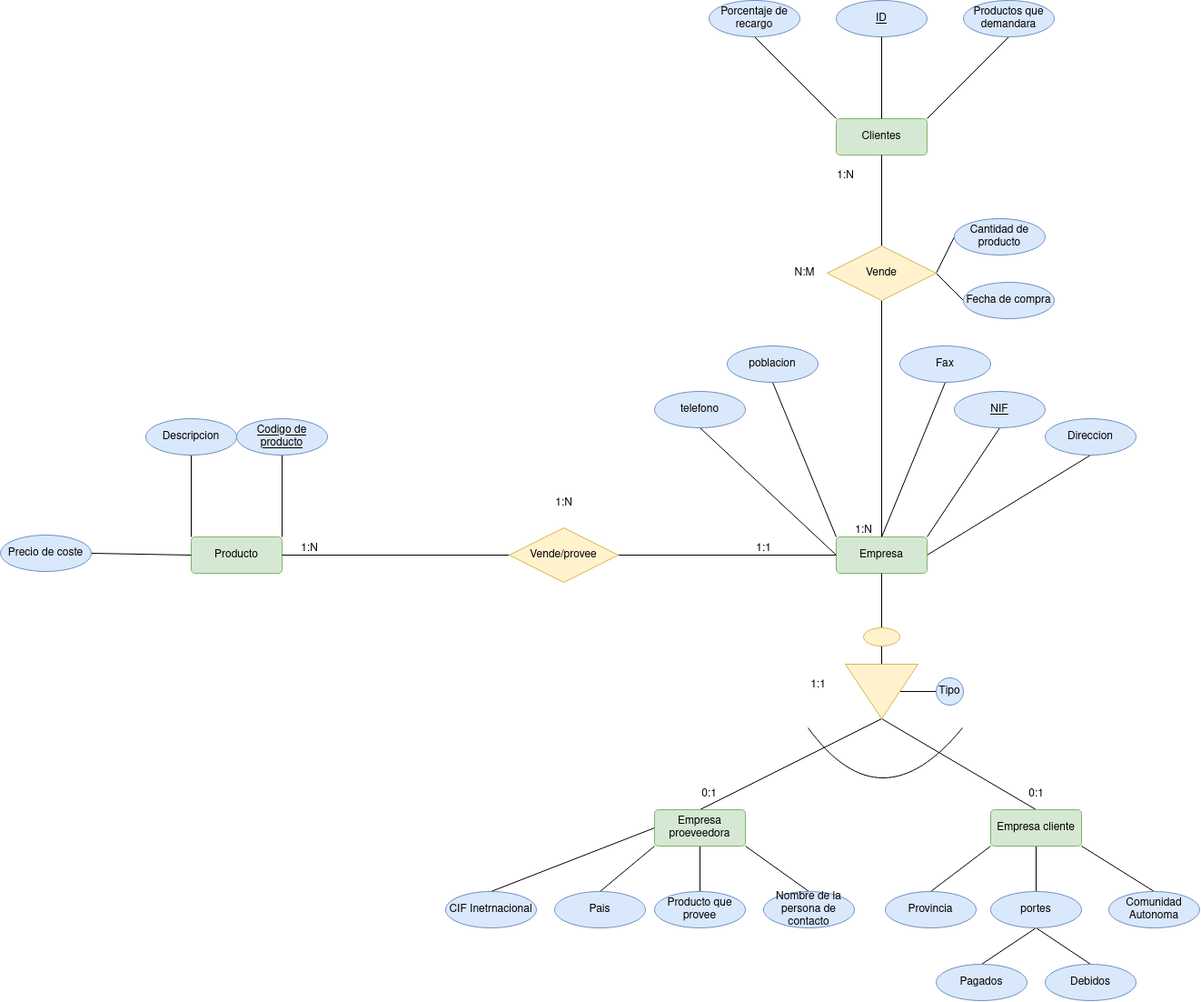
DavidRiccio/base-datos keeps this draw.io diagram as Unidad-1/Tareas/Tarea-evaluable-4/tarea-evaluable-4.drawio.png. Above is the earlier version. Source tidied: cells renumbered, new cells last; positions are measured from the earlier drawing's top-left corner, leaving out a move shared by most shapes.
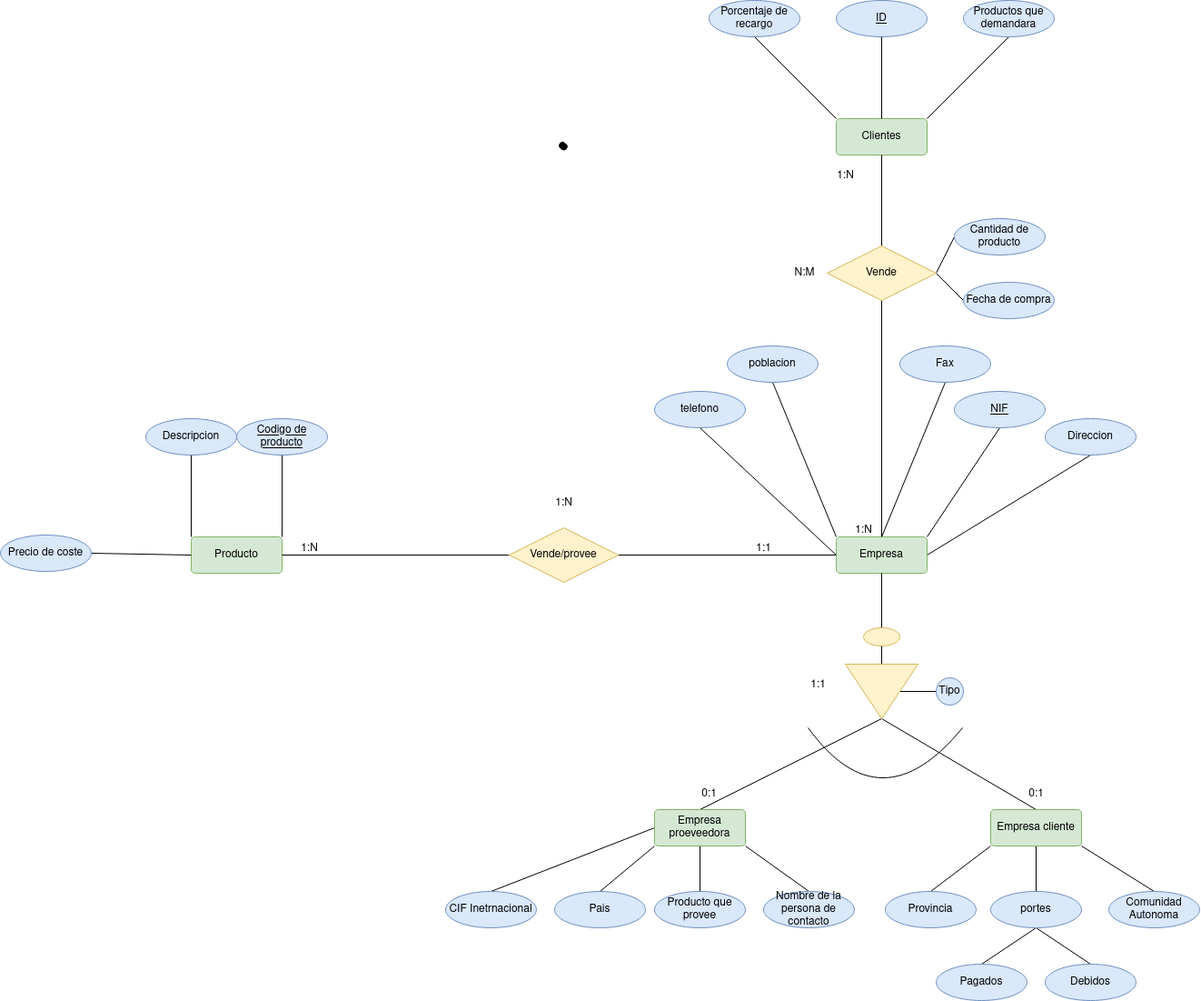
After the commit.

Change to the diagram source:
```diff
@@ -226,5 +226,8 @@
     <mxCell id="73" value="N:M" style="text;html=1;align=center;verticalAlign=middle;strokeColor=none;fillColor=none;" parent="1" vertex="1">
       <mxGeometry x="860" y="285" width="50" height="30" as="geometry" />
     </mxCell>
+    <mxCell id="74" style="shape=(stored shape, 640 characters);lineShape=1;" parent="1" vertex="1">
+      <mxGeometry x="615.1" y="155.8" width="8.5" height="8.5" as="geometry" />
+    </mxCell>
   </root>
 </mxGraphModel>
```
